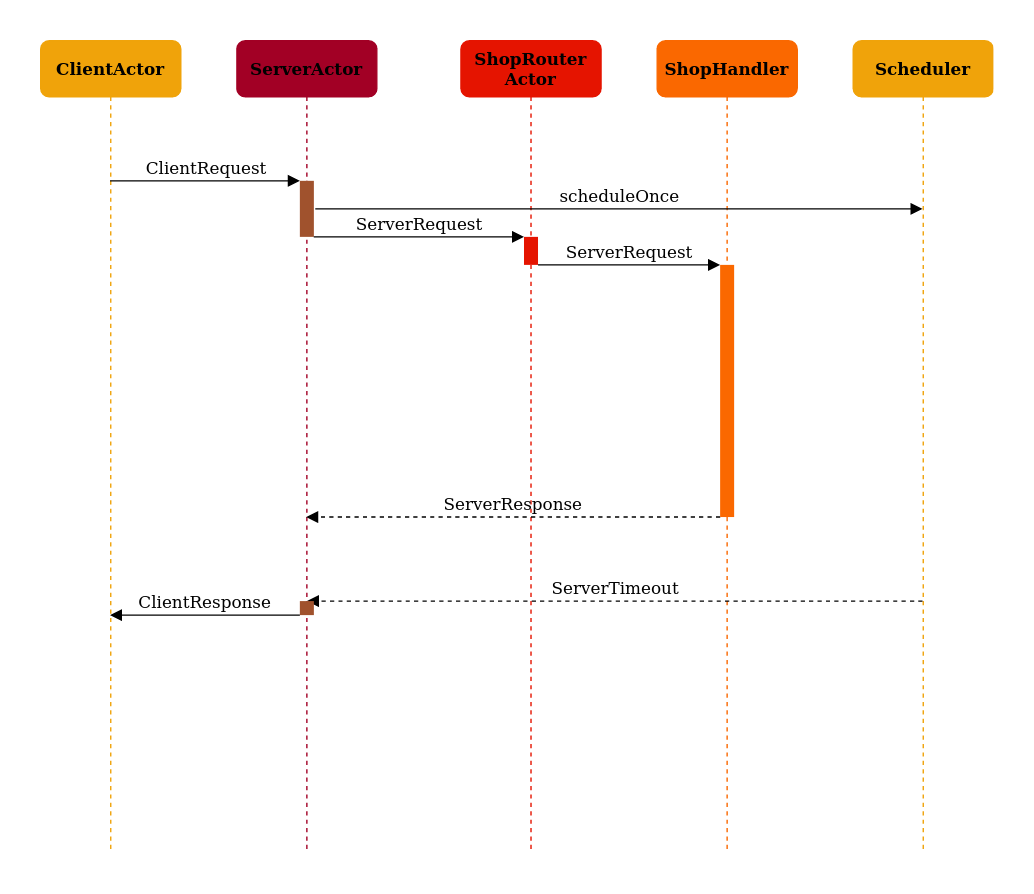
This is akka-shop/img/sequence.png from m00lecule/distributed-systems, a draw.io export, as it was before one commit. Source tidied: cells renumbered, new cells last; positions are measured from the earlier drawing's top-left corner, leaving out a move shared by most shapes.
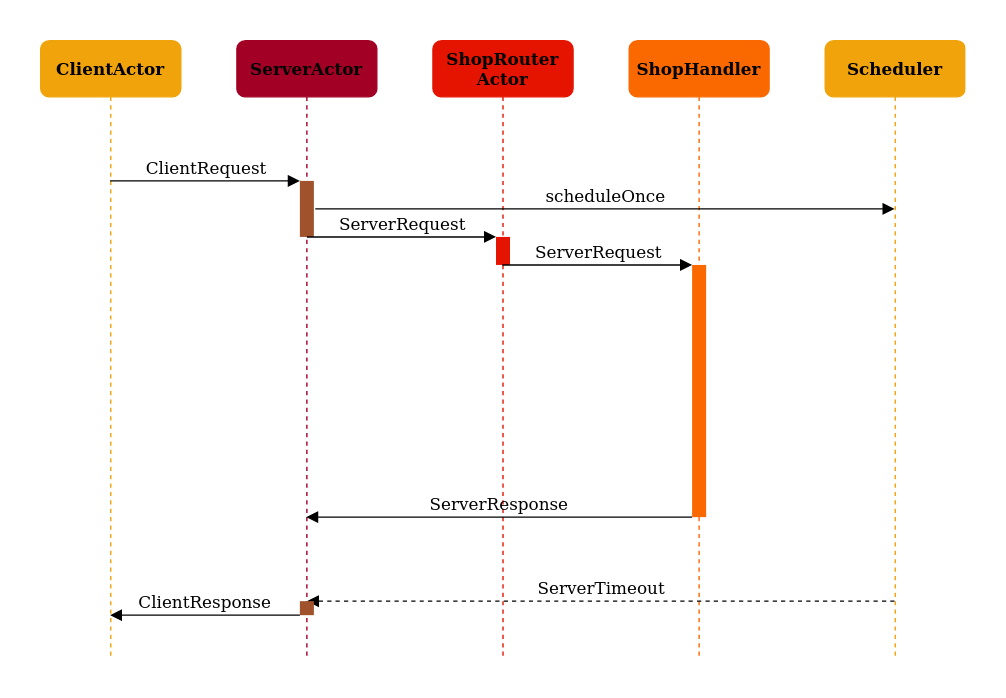
The same diagram one commit later.

Diff of the diagram source:
```diff
@@ -3,72 +3,71 @@
     <mxCell id="0" />
     <mxCell id="1" parent="0" />
     <mxCell id="2" value="ServerActor" style="shape=umlLifeline;perimeter=lifelinePerimeter;whiteSpace=wrap;html=1;outlineConnect=0;rounded=1;shadow=0;comic=0;labelBackgroundColor=none;strokeWidth=1;fontFamily=Verdana;fontSize=12;align=center;fillColor=#A20025;strokeColor=#A20025;fontColor=#000000;fontStyle=1;" parent="1" vertex="1">
-      <mxGeometry x="140" width="100" height="580" as="geometry" />
+      <mxGeometry x="160" width="100" height="440" as="geometry" />
     </mxCell>
     <mxCell id="3" style="html=1;perimeter=orthogonalPerimeter;rounded=0;shadow=0;comic=0;labelBackgroundColor=none;strokeWidth=1;fontFamily=Verdana;fontSize=12;align=center;fillColor=#a0522d;strokeColor=none;fontColor=#ffffff;" parent="2" vertex="1">
       <mxGeometry x="45" y="100" width="10" height="40" as="geometry" />
     </mxCell>
     <mxCell id="4" value="&lt;div&gt;ShopRouter&lt;/div&gt;&lt;div&gt;Actor&lt;/div&gt;" style="shape=umlLifeline;perimeter=lifelinePerimeter;whiteSpace=wrap;html=1;outlineConnect=0;rounded=1;shadow=0;comic=0;labelBackgroundColor=none;strokeWidth=1;fontFamily=Verdana;fontSize=12;align=center;fillColor=#e51400;strokeColor=#E51400;fontColor=#000000;fontStyle=1;" parent="1" vertex="1">
-      <mxGeometry x="300" width="100" height="580" as="geometry" />
+      <mxGeometry x="300" width="100" height="440" as="geometry" />
     </mxCell>
     <mxCell id="5" style="html=1;perimeter=orthogonalPerimeter;rounded=0;shadow=0;comic=0;labelBackgroundColor=none;strokeWidth=1;fontFamily=Verdana;fontSize=12;align=center;fillColor=#e51400;strokeColor=none;fontColor=#ffffff;" parent="4" vertex="1">
       <mxGeometry x="45" y="140" width="10" height="20" as="geometry" />
     </mxCell>
-    <mxCell id="6" value="ServerResponse" style="html=1;verticalAlign=bottom;endArrow=block;labelBackgroundColor=none;fontFamily=Verdana;fontSize=12;edgeStyle=elbowEdgeStyle;elbow=vertical;dashed=1;" parent="4" edge="1" target="2">
+    <mxCell id="6" value="ServerResponse" style="html=1;verticalAlign=bottom;endArrow=block;labelBackgroundColor=none;fontFamily=Verdana;fontSize=12;edgeStyle=elbowEdgeStyle;elbow=vertical;" parent="4" edge="1" target="2">
       <mxGeometry relative="1" as="geometry">
         <mxPoint x="185" y="340" as="sourcePoint" />
       </mxGeometry>
     </mxCell>
     <mxCell id="7" value="ShopHandler" style="shape=umlLifeline;perimeter=lifelinePerimeter;whiteSpace=wrap;html=1;rounded=1;shadow=0;comic=0;labelBackgroundColor=none;strokeWidth=1;fontFamily=Verdana;fontSize=12;align=center;fillColor=#fa6800;strokeColor=#FA6800;fontColor=#000000;fontStyle=1;" parent="1" vertex="1">
-      <mxGeometry x="440" width="100" height="580" as="geometry" />
+      <mxGeometry x="440" width="100" height="440" as="geometry" />
     </mxCell>
     <mxCell id="8" value="&lt;div&gt;Scheduler&lt;/div&gt;" style="shape=umlLifeline;perimeter=lifelinePerimeter;whiteSpace=wrap;html=1;outlineConnect=0;rounded=1;shadow=0;comic=0;labelBackgroundColor=none;strokeWidth=1;fontFamily=Verdana;fontSize=12;align=center;fillColor=#f0a30a;strokeColor=#F0A30A;fontColor=#000000;fontStyle=1;" parent="1" vertex="1">
-      <mxGeometry x="580" width="100" height="580" as="geometry" />
+      <mxGeometry x="580" width="100" height="440" as="geometry" />
     </mxCell>
     <mxCell id="9" value="ClientActor" style="shape=umlLifeline;perimeter=lifelinePerimeter;whiteSpace=wrap;html=1;outlineConnect=0;rounded=1;shadow=0;comic=0;labelBackgroundColor=none;strokeWidth=1;fontFamily=Verdana;fontSize=12;align=center;fillColor=#f0a30a;strokeColor=#F0A30A;fontColor=#000000;gradientColor=none;fontStyle=1;" parent="1" vertex="1">
-      <mxGeometry width="100" height="580" as="geometry" />
+      <mxGeometry x="20" width="100" height="440" as="geometry" />
     </mxCell>
     <mxCell id="10" style="html=1;points=[];perimeter=orthogonalPerimeter;rounded=0;shadow=0;comic=0;labelBackgroundColor=none;strokeWidth=1;fontFamily=Verdana;fontSize=12;align=center;fillColor=#fa6800;strokeColor=none;fontColor=#ffffff;" parent="1" vertex="1">
       <mxGeometry x="485" y="160" width="10" height="180" as="geometry" />
     </mxCell>
-    <mxCell id="11" value="&lt;div&gt;ServerRequest&lt;/div&gt;" style="html=1;verticalAlign=bottom;endArrow=block;labelBackgroundColor=none;fontFamily=Verdana;fontSize=12;edgeStyle=elbowEdgeStyle;elbow=vertical;" parent="1" edge="1" target="10">
+    <mxCell id="11" value="&lt;div&gt;ServerRequest&lt;/div&gt;" style="html=1;verticalAlign=bottom;endArrow=block;labelBackgroundColor=none;fontFamily=Verdana;fontSize=12;edgeStyle=elbowEdgeStyle;elbow=vertical;" parent="1" edge="1" source="4" target="10">
       <mxGeometry relative="1" as="geometry">
-        <mxPoint x="355" y="160" as="sourcePoint" />
         <Array as="points">
-          <mxPoint x="440" y="160" />
-          <mxPoint x="400" y="140" />
-          <mxPoint x="360" y="140" />
+          <mxPoint x="460" y="160" />
+          <mxPoint x="420" y="140" />
+          <mxPoint x="380" y="140" />
         </Array>
       </mxGeometry>
     </mxCell>
     <mxCell id="12" value="ClientRequest" style="html=1;verticalAlign=bottom;endArrow=block;entryX=0;entryY=0;labelBackgroundColor=none;fontFamily=Verdana;fontSize=12;edgeStyle=elbowEdgeStyle;elbow=vertical;" parent="1" edge="1" source="9">
       <mxGeometry relative="1" as="geometry">
-        <mxPoint x="185" y="100" as="targetPoint" />
+        <mxPoint x="205" y="100" as="targetPoint" />
       </mxGeometry>
     </mxCell>
-    <mxCell id="13" value="ServerRequest" style="html=1;verticalAlign=bottom;endArrow=block;entryX=0;entryY=0;labelBackgroundColor=none;fontFamily=Verdana;fontSize=12;edgeStyle=elbowEdgeStyle;elbow=vertical;" parent="1" edge="1">
+    <mxCell id="13" value="ServerRequest" style="html=1;verticalAlign=bottom;endArrow=block;labelBackgroundColor=none;fontFamily=Verdana;fontSize=12;edgeStyle=elbowEdgeStyle;elbow=vertical;entryX=0.5;entryY=0;entryDx=0;entryDy=0;entryPerimeter=0;" parent="1" edge="1">
       <mxGeometry relative="1" as="geometry">
-        <mxPoint x="195" y="140" as="sourcePoint" />
+        <mxPoint x="210" y="140" as="sourcePoint" />
         <mxPoint x="345" y="140" as="targetPoint" />
       </mxGeometry>
     </mxCell>
     <mxCell id="14" value="scheduleOnce" style="html=1;verticalAlign=bottom;endArrow=block;labelBackgroundColor=none;fontFamily=Verdana;fontSize=12;edgeStyle=elbowEdgeStyle;elbow=vertical;" parent="1" edge="1" target="8">
       <mxGeometry relative="1" as="geometry">
-        <mxPoint x="196" y="120" as="sourcePoint" />
+        <mxPoint x="216" y="120" as="sourcePoint" />
       </mxGeometry>
     </mxCell>
     <mxCell id="15" value="ServerTimeout" style="html=1;verticalAlign=bottom;endArrow=block;labelBackgroundColor=none;fontFamily=Verdana;fontSize=12;edgeStyle=elbowEdgeStyle;elbow=vertical;dashed=1;" parent="1" edge="1" source="8">
       <mxGeometry relative="1" as="geometry">
-        <mxPoint x="190" y="400" as="targetPoint" />
+        <mxPoint x="210" y="400" as="targetPoint" />
       </mxGeometry>
     </mxCell>
     <mxCell id="16" style="html=1;perimeter=orthogonalPerimeter;rounded=0;shadow=0;comic=0;labelBackgroundColor=none;strokeWidth=1;fontFamily=Verdana;fontSize=12;align=center;fillColor=#a0522d;strokeColor=none;fontColor=#ffffff;" parent="1" vertex="1">
-      <mxGeometry x="185" y="400" width="10" height="10" as="geometry" />
+      <mxGeometry x="205" y="400" width="10" height="10" as="geometry" />
     </mxCell>
     <mxCell id="17" value="&lt;div&gt;ClientResponse&lt;/div&gt;" style="html=1;verticalAlign=bottom;endArrow=block;entryX=0;entryY=0;labelBackgroundColor=none;fontFamily=Verdana;fontSize=12;edgeStyle=elbowEdgeStyle;elbow=vertical;" parent="1" edge="1">
       <mxGeometry relative="1" as="geometry">
-        <mxPoint x="185" y="410" as="sourcePoint" />
-        <mxPoint x="49.5" y="410" as="targetPoint" />
+        <mxPoint x="205" y="410" as="sourcePoint" />
+        <mxPoint x="69.5" y="410" as="targetPoint" />
       </mxGeometry>
     </mxCell>
   </root>
```
